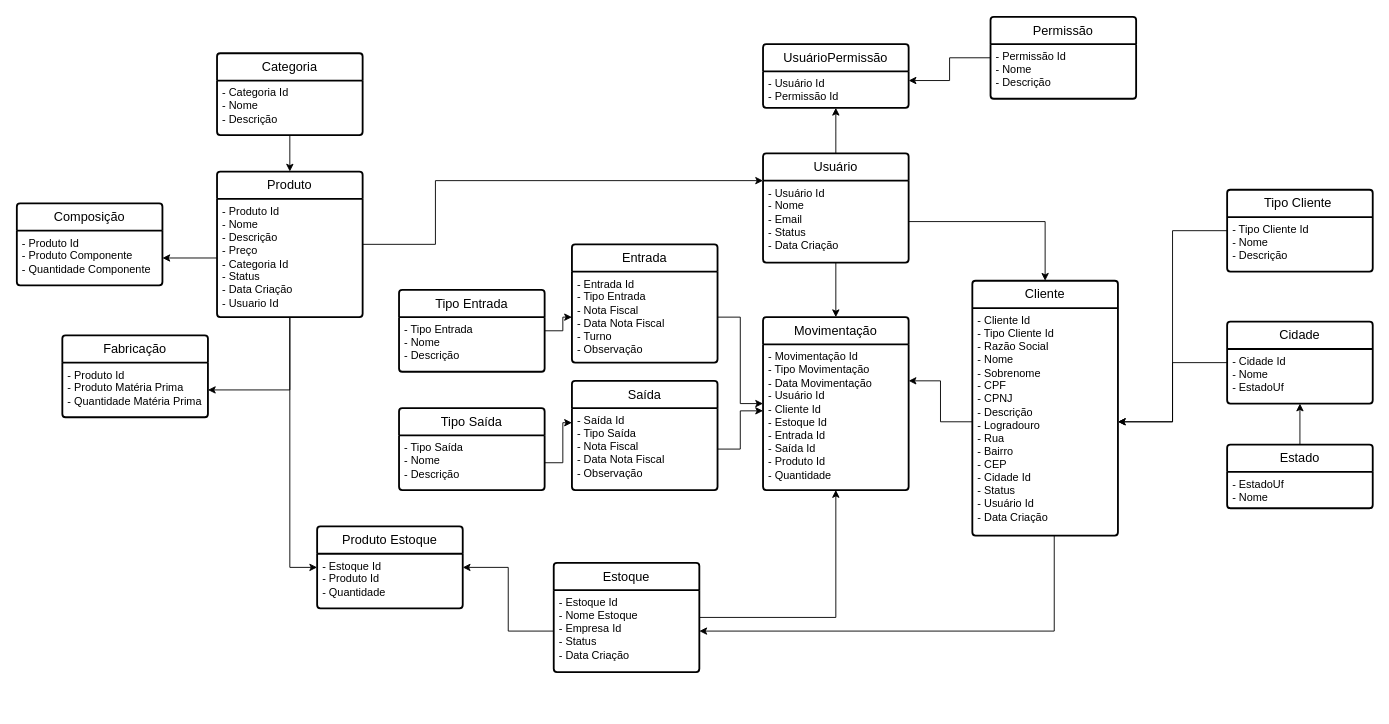
This is Documentação/Diagramas/Diagrama sem nome.drawio from Estoque-Facil/EstoqueFacil, a draw.io file, before an edit. Source tidied: cells renumbered, new cells numbered last; positions are measured from the earlier drawing's top-left corner, leaving out a move shared by most shapes. Both pictures are drawn from the tidied source at 91%, with x=0, y=0 at pixel (16, 16).
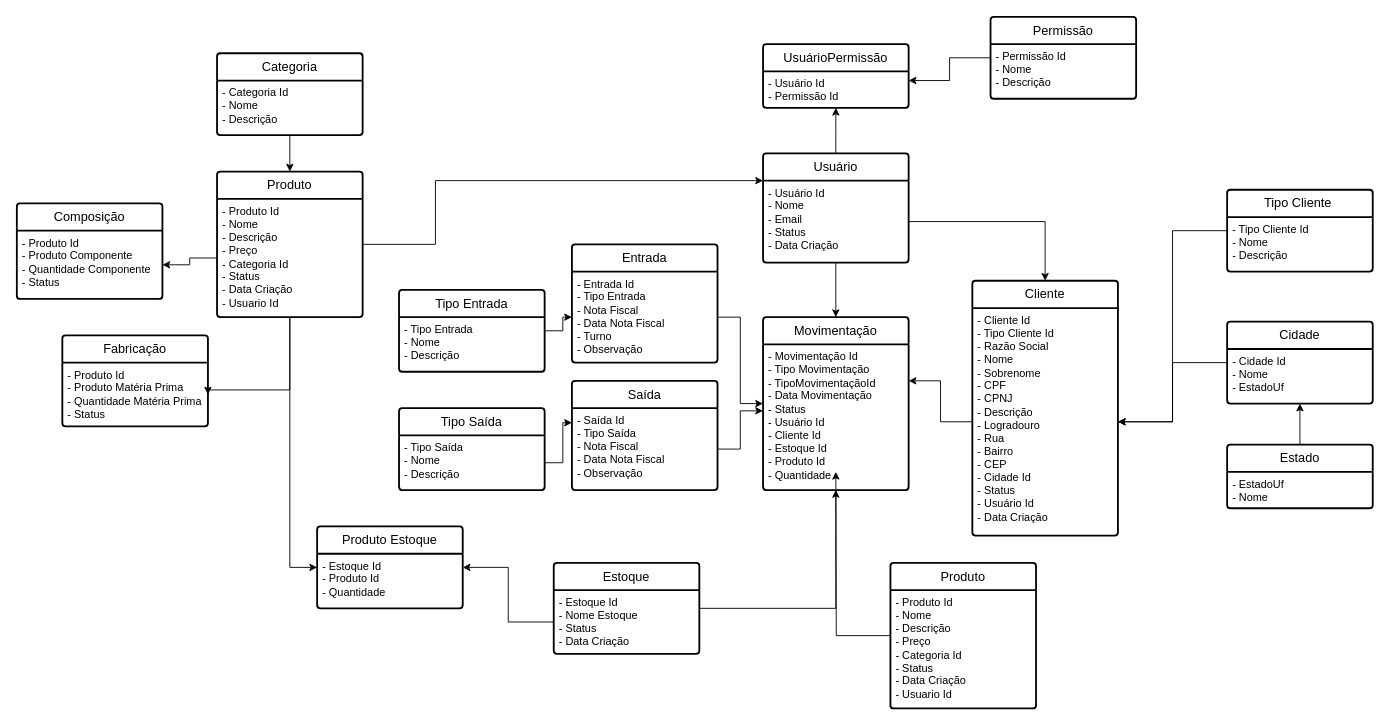
The same diagram, later.

Commit message:
Atualizando o MER

Unchanged cells that the change refers to:
```xml
<mxCell id="11" value="- Cliente Id&lt;div&gt;- Tipo Cliente Id&lt;div&gt;- Razão Social&lt;/div&gt;&lt;div&gt;- Nome&lt;/div&gt;&lt;div&gt;- Sobrenome&lt;/div&gt;&lt;div&gt;- CPF&lt;/div&gt;&lt;div&gt;- CPNJ&lt;/div&gt;&lt;div&gt;- Descrição&lt;/div&gt;&lt;div&gt;- Logradouro&lt;/div&gt;&lt;div&gt;- Rua&lt;/div&gt;&lt;div&gt;- Bairro&lt;/div&gt;&lt;div&gt;- CEP&lt;/div&gt;&lt;div&gt;- Cidade Id&lt;/div&gt;&lt;div&gt;- Status&lt;/div&gt;&lt;div&gt;- Usuário Id&lt;/div&gt;&lt;div&gt;&lt;span style=&quot;background-color: initial;&quot;&gt;- Data Criação&lt;/span&gt;&amp;nbsp;&lt;/div&gt;&lt;div&gt;&lt;br&gt;&lt;/div&gt;&lt;/div&gt;" style="align=left;strokeColor=none;fillColor=none;spacingLeft=4;fontSize=12;verticalAlign=top;html=1;" parent="10" vertex="1">
  <mxGeometry y="30" width="160" height="250" as="geometry" />
</mxCell>
<mxCell id="39" value="Movimentação" style="swimlane;horizontal=1;startSize=30;rounded=1;fontSize=14;fontStyle=0;strokeWidth=2;shadow=0;dashed=0;align=center;arcSize=4;whiteSpace=wrap;html=1;" parent="1" vertex="1">
  <mxGeometry x="820" y="330" width="160" height="190" as="geometry" />
</mxCell>
```

What changed in the source:
```diff
@@
     <mxCell id="26" value="Fabricação" style="swimlane;horizontal=1;startSize=30;rounded=1;fontSize=14;fontStyle=0;strokeWidth=2;shadow=0;dashed=0;align=center;arcSize=4;whiteSpace=wrap;html=1;" parent="1" vertex="1">
-      <mxGeometry x="50" y="350" width="160" height="90" as="geometry" />
+      <mxGeometry x="50" y="350" width="160" height="100" as="geometry" />
     </mxCell>
-    <mxCell id="27" value="- Produto Id&lt;div&gt;- Produto Matéria Prima&amp;nbsp;&lt;/div&gt;&lt;div&gt;- Quantidade Matéria Prima&lt;/div&gt;" style="align=left;strokeColor=none;fillColor=none;spacingLeft=4;fontSize=12;verticalAlign=top;html=1;" parent="26" vertex="1">
-      <mxGeometry y="30" width="160" height="60" as="geometry" />
+    <mxCell id="27" value="- Produto Id&lt;div&gt;- Produto Matéria Prima&amp;nbsp;&lt;/div&gt;&lt;div&gt;- Quantidade Matéria Prima&lt;/div&gt;&lt;div&gt;- Status&lt;/div&gt;" style="align=left;strokeColor=none;fillColor=none;spacingLeft=4;fontSize=12;verticalAlign=top;html=1;" parent="26" vertex="1">
+      <mxGeometry y="30" width="160" height="70" as="geometry" />
     </mxCell>
     <mxCell id="28" value="Composição" style="swimlane;horizontal=1;startSize=30;rounded=1;fontSize=14;fontStyle=0;strokeWidth=2;shadow=0;dashed=0;align=center;arcSize=4;whiteSpace=wrap;html=1;" parent="1" vertex="1">
-      <mxGeometry y="205" width="160" height="90" as="geometry" />
+      <mxGeometry y="205" width="160" height="105" as="geometry" />
     </mxCell>
-    <mxCell id="29" value="- Produto Id&lt;div&gt;- Produto Componente&lt;/div&gt;&lt;div&gt;- Quantidade Componente&lt;/div&gt;" style="align=left;strokeColor=none;fillColor=none;spacingLeft=4;fontSize=12;verticalAlign=top;html=1;" parent="28" vertex="1">
-      <mxGeometry y="30" width="160" height="60" as="geometry" />
+    <mxCell id="29" value="- Produto Id&lt;div&gt;- Produto Componente&lt;/div&gt;&lt;div&gt;- Quantidade Componente&lt;/div&gt;&lt;div&gt;- Status&lt;/div&gt;" style="align=left;strokeColor=none;fillColor=none;spacingLeft=4;fontSize=12;verticalAlign=top;html=1;" parent="28" vertex="1">
+      <mxGeometry y="30" width="160" height="75" as="geometry" />
     </mxCell>
@@
-    <mxCell id="40" value="- Movimentação Id&lt;div&gt;- Tipo Movimentação&lt;/div&gt;&lt;div&gt;- Data Movimentação&lt;/div&gt;&lt;div&gt;- Usuário Id&lt;/div&gt;&lt;div&gt;- Cliente Id&lt;/div&gt;&lt;div&gt;- Estoque Id&lt;/div&gt;&lt;div&gt;- Entrada Id&lt;/div&gt;&lt;div&gt;- Saída Id&lt;/div&gt;&lt;div&gt;- Produto Id&lt;/div&gt;&lt;div&gt;- Quantidade&lt;/div&gt;" style="align=left;strokeColor=none;fillColor=none;spacingLeft=4;fontSize=12;verticalAlign=top;html=1;" parent="39" vertex="1">
+    <mxCell id="40" value="- Movimentação Id&lt;div&gt;- Tipo Movimentação&lt;/div&gt;&lt;div&gt;- TipoMovimentaçãoId&lt;/div&gt;&lt;div&gt;- Data Movimentação&lt;/div&gt;&lt;div&gt;- Status&lt;/div&gt;&lt;div&gt;- Usuário Id&lt;/div&gt;&lt;div&gt;- Cliente Id&lt;/div&gt;&lt;div&gt;- Estoque Id&lt;/div&gt;&lt;div&gt;- Produto Id&lt;/div&gt;&lt;div&gt;- Quantidade&lt;/div&gt;" style="align=left;strokeColor=none;fillColor=none;spacingLeft=4;fontSize=12;verticalAlign=top;html=1;" parent="39" vertex="1">
       <mxGeometry y="30" width="160" height="160" as="geometry" />
     </mxCell>
@@
     <mxCell id="42" value="Estoque" style="swimlane;horizontal=1;startSize=30;rounded=1;fontSize=14;fontStyle=0;strokeWidth=2;shadow=0;dashed=0;align=center;arcSize=4;whiteSpace=wrap;html=1;" parent="1" vertex="1">
-      <mxGeometry x="590" y="600" width="160" height="120" as="geometry" />
+      <mxGeometry x="590" y="600" width="160" height="100" as="geometry" />
     </mxCell>
-    <mxCell id="43" value="- Estoque Id&lt;div&gt;- Nome Estoque&lt;/div&gt;&lt;div&gt;- Empresa Id&lt;/div&gt;&lt;div&gt;- Status&lt;/div&gt;&lt;div&gt;- Data Criação&lt;/div&gt;" style="align=left;strokeColor=none;fillColor=none;spacingLeft=4;fontSize=12;verticalAlign=top;html=1;" parent="42" vertex="1">
-      <mxGeometry y="30" width="160" height="90" as="geometry" />
+    <mxCell id="43" value="- Estoque Id&lt;div&gt;- Nome Estoque&lt;/div&gt;&lt;div&gt;- Status&lt;/div&gt;&lt;div&gt;- Data Criação&lt;/div&gt;" style="align=left;strokeColor=none;fillColor=none;spacingLeft=4;fontSize=12;verticalAlign=top;html=1;" parent="42" vertex="1">
+      <mxGeometry y="30" width="160" height="70" as="geometry" />
     </mxCell>
@@
-    <mxCell id="51" style="edgeStyle=orthogonalEdgeStyle;rounded=0;jettySize=auto;html=1;entryX=1;entryY=0.5;entryDx=0;entryDy=0;" parent="1" edge="1" source="11" target="43">
-      <mxGeometry relative="1" as="geometry">
-        <Array as="points">
-          <mxPoint x="1140" y="675" />
-        </Array>
-      </mxGeometry>
-    </mxCell>
@@
+    <mxCell id="58" style="edgeStyle=orthogonalEdgeStyle;rounded=0;jettySize=auto;html=1;" parent="1" edge="1" source="59">
+      <mxGeometry relative="1" as="geometry">
+        <mxPoint x="900" y="500" as="targetPoint" />
+      </mxGeometry>
+    </mxCell>
+    <mxCell id="59" value="Produto" style="swimlane;horizontal=1;startSize=30;rounded=1;fontSize=14;fontStyle=0;strokeWidth=2;shadow=0;dashed=0;align=center;arcSize=4;whiteSpace=wrap;html=1;" parent="1" vertex="1">
+      <mxGeometry x="960" y="600" width="160" height="160" as="geometry" />
+    </mxCell>
+    <mxCell id="60" value="- Produto Id&lt;div&gt;- Nome&lt;/div&gt;&lt;div&gt;- Descrição&lt;/div&gt;&lt;div&gt;- Preço&lt;/div&gt;&lt;div&gt;- Categoria Id&lt;/div&gt;&lt;div&gt;- Status&lt;/div&gt;&lt;div&gt;- Data Criação&lt;/div&gt;&lt;div&gt;- Usuario Id&lt;/div&gt;" style="align=left;strokeColor=none;fillColor=none;spacingLeft=4;fontSize=12;verticalAlign=top;html=1;" parent="59" vertex="1">
+      <mxGeometry y="30" width="160" height="130" as="geometry" />
+    </mxCell>
```
